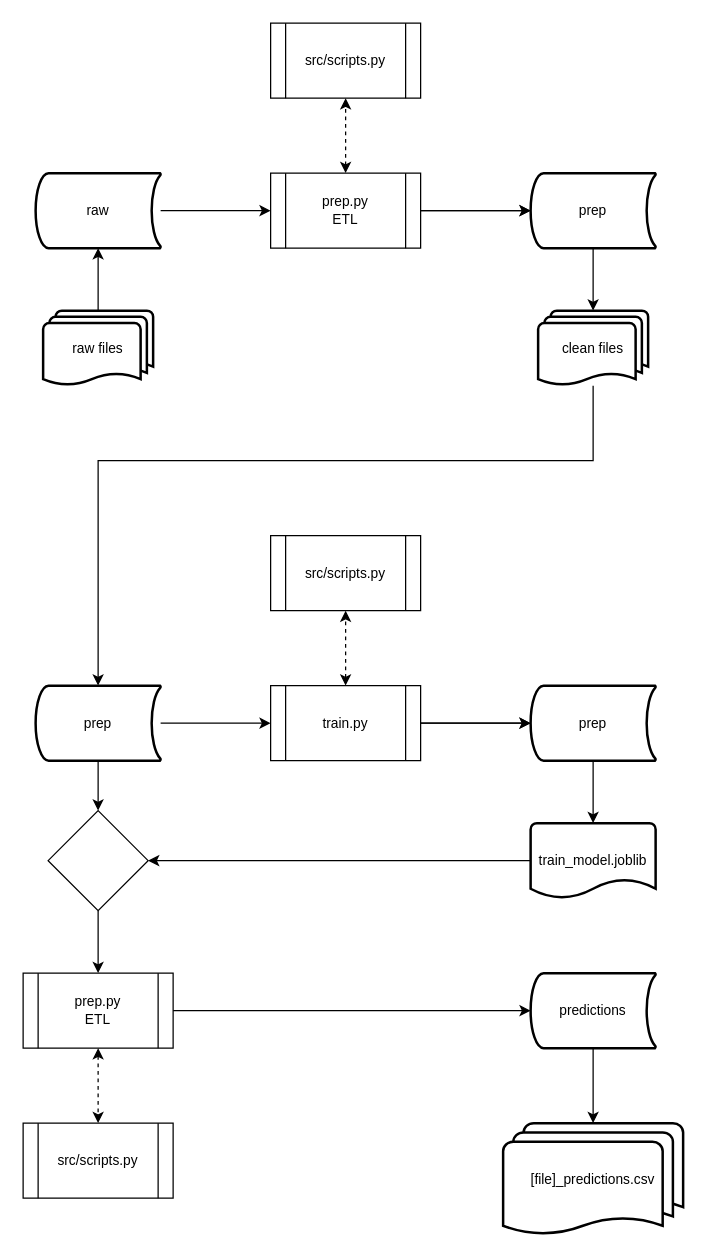
Earlier version of the draw.io diagram architecture.drawio (RaRdEvA/MDGE_T3). Source tidied: cells renumbered, new cells numbered last; positions are measured from the earlier drawing's top-left corner, leaving out a move shared by most shapes. Both pictures are drawn from the tidied source at 125%, with x=0, y=0 at pixel (22, 22).
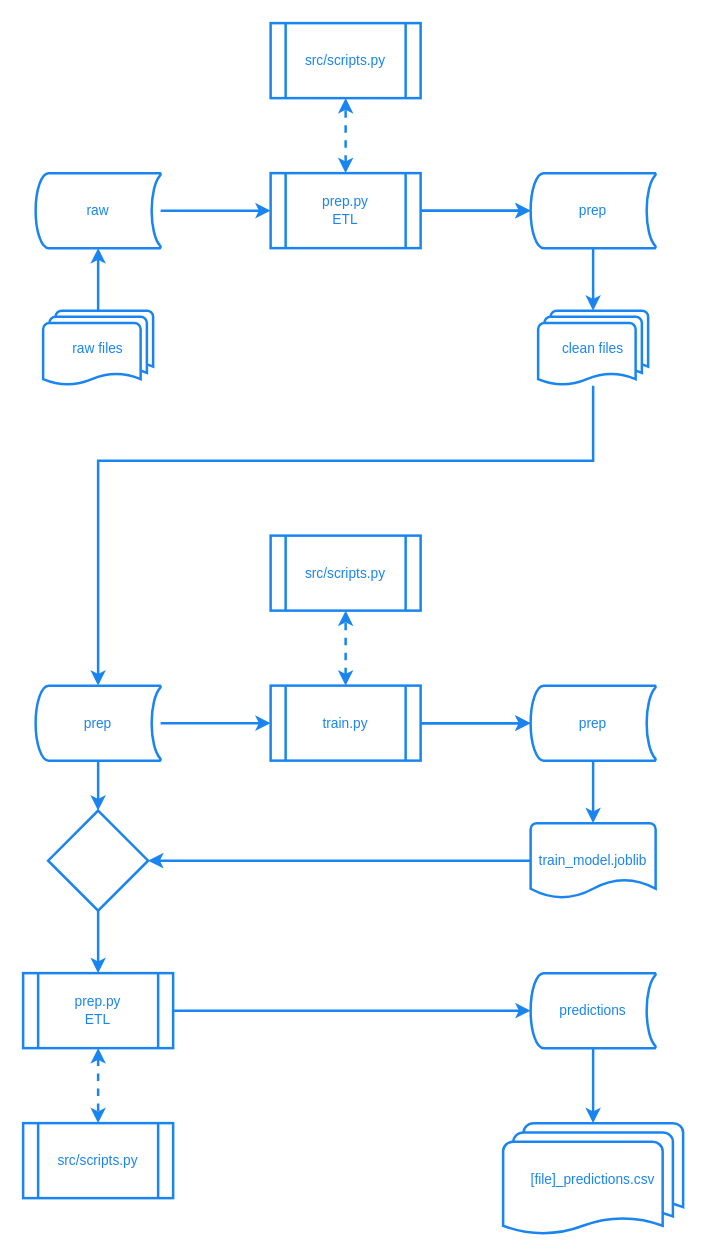
The same page after the edit.

Commit message (it also covers changes not shown here):
aded architecture

What changed in the source:
```diff
@@
-    <mxCell id="2" style="group;fontSize=11;" parent="1" vertex="1">
-      <mxGeometry x="10" width="496" height="290" as="geometry" />
-    </mxCell>
-    <mxCell id="3" value="raw files" style="strokeWidth=2;html=1;shape=mxgraph.flowchart.multi-document;whiteSpace=wrap;fontSize=11;" parent="2" vertex="1">
-      <mxGeometry x="6" y="230" width="88" height="60" as="geometry" />
-    </mxCell>
-    <mxCell id="4" value="raw" style="strokeWidth=2;html=1;shape=mxgraph.flowchart.stored_data;whiteSpace=wrap;fontSize=11;" parent="2" vertex="1">
-      <mxGeometry y="120" width="100" height="60" as="geometry" />
-    </mxCell>
-    <mxCell id="5" value="prep.py&lt;br style=&quot;font-size: 11px;&quot;&gt;ETL" style="shape=process;whiteSpace=wrap;html=1;backgroundOutline=1;fontSize=11;" parent="2" vertex="1">
-      <mxGeometry x="188" y="120" width="120" height="60" as="geometry" />
-    </mxCell>
-    <mxCell id="6" value="prep" style="strokeWidth=2;html=1;shape=mxgraph.flowchart.stored_data;whiteSpace=wrap;fontSize=11;" parent="2" vertex="1">
-      <mxGeometry x="396" y="120" width="100" height="60" as="geometry" />
-    </mxCell>
-    <mxCell id="7" value="clean files" style="strokeWidth=2;html=1;shape=mxgraph.flowchart.multi-document;whiteSpace=wrap;fontSize=11;" parent="2" vertex="1">
-      <mxGeometry x="402" y="230" width="88" height="60" as="geometry" />
-    </mxCell>
-    <mxCell id="8" style="endArrow=classic;html=1;rounded=0;fontSize=11;" parent="2" edge="1" source="3" target="4">
-      <mxGeometry relative="1" as="geometry" />
-    </mxCell>
-    <mxCell id="9" style="endArrow=classic;html=1;rounded=0;fontSize=11;" parent="2" edge="1" source="4" target="5">
-      <mxGeometry relative="1" as="geometry" />
-    </mxCell>
-    <mxCell id="10" style="edgeStyle=orthogonalEdgeStyle;rounded=0;jettySize=auto;html=1;fontSize=11;" parent="2" edge="1" source="5" target="6">
-      <mxGeometry relative="1" as="geometry" />
-    </mxCell>
-    <mxCell id="11" style="endArrow=classic;html=1;rounded=0;fontSize=11;" parent="2" edge="1" source="5" target="6">
-      <mxGeometry relative="1" as="geometry" />
-    </mxCell>
-    <mxCell id="12" style="endArrow=classic;html=1;rounded=0;fontSize=11;" parent="2" edge="1" source="6" target="7">
-      <mxGeometry relative="1" as="geometry" />
-    </mxCell>
-    <mxCell id="13" value="src/scripts.py" style="shape=process;whiteSpace=wrap;html=1;backgroundOutline=1;fontSize=11;" parent="2" vertex="1">
-      <mxGeometry x="188" width="120" height="60" as="geometry" />
-    </mxCell>
-    <mxCell id="14" style="endArrow=classic;startArrow=classic;html=1;rounded=0;fontSize=11;dashed=1;" parent="2" edge="1" source="5" target="13">
-      <mxGeometry relative="1" as="geometry" />
-    </mxCell>
-    <mxCell id="15" value="prep" style="strokeWidth=2;html=1;shape=mxgraph.flowchart.stored_data;whiteSpace=wrap;fontSize=11;" parent="1" vertex="1">
+    <mxCell id="15" value="prep" style="strokeWidth=2;html=1;shape=mxgraph.flowchart.stored_data;whiteSpace=wrap;fontSize=11;strokeColor=#1A85F0;fontColor=#1A85F0;" parent="1" vertex="1">
       <mxGeometry x="10" y="530" width="100" height="60" as="geometry" />
     </mxCell>
-    <mxCell id="16" value="train.py" style="shape=process;whiteSpace=wrap;html=1;backgroundOutline=1;fontSize=11;" parent="1" vertex="1">
+    <mxCell id="16" value="train.py" style="shape=process;whiteSpace=wrap;html=1;backgroundOutline=1;fontSize=11;strokeWidth=2;strokeColor=#1A85F0;fontColor=#1A85F0;" parent="1" vertex="1">
       <mxGeometry x="198" y="530" width="120" height="60" as="geometry" />
     </mxCell>
-    <mxCell id="17" value="prep" style="strokeWidth=2;html=1;shape=mxgraph.flowchart.stored_data;whiteSpace=wrap;fontSize=11;" parent="1" vertex="1">
+    <mxCell id="17" value="prep" style="strokeWidth=2;html=1;shape=mxgraph.flowchart.stored_data;whiteSpace=wrap;fontSize=11;strokeColor=#1A85F0;fontColor=#1A85F0;" parent="1" vertex="1">
       <mxGeometry x="406" y="530" width="100" height="60" as="geometry" />
     </mxCell>
-    <mxCell id="18" style="endArrow=classic;html=1;rounded=0;fontSize=11;edgeStyle=orthogonalEdgeStyle;" parent="1" edge="1" source="7" target="15">
+    <mxCell id="18" style="endArrow=classic;html=1;rounded=0;fontSize=11;edgeStyle=orthogonalEdgeStyle;strokeWidth=2;strokeColor=#1A85F0;fontColor=#1A85F0;" parent="1" edge="1" source="7" target="15">
       <mxGeometry relative="1" as="geometry">
         <Array as="points">
           <mxPoint x="456" y="350" />
           <mxPoint x="60" y="350" />
         </Array>
       </mxGeometry>
     </mxCell>
-    <mxCell id="19" style="endArrow=classic;html=1;rounded=0;fontSize=11;" parent="1" edge="1" source="15" target="16">
+    <mxCell id="19" style="endArrow=classic;html=1;rounded=0;fontSize=11;strokeWidth=2;strokeColor=#1A85F0;fontColor=#1A85F0;" parent="1" edge="1" source="15" target="16">
       <mxGeometry relative="1" as="geometry" />
     </mxCell>
-    <mxCell id="20" style="edgeStyle=orthogonalEdgeStyle;rounded=0;jettySize=auto;html=1;fontSize=11;" parent="1" edge="1" source="16" target="17">
+    <mxCell id="20" style="edgeStyle=orthogonalEdgeStyle;rounded=0;jettySize=auto;html=1;fontSize=11;strokeWidth=2;strokeColor=#1A85F0;fontColor=#1A85F0;" parent="1" edge="1" source="16" target="17">
       <mxGeometry relative="1" as="geometry" />
     </mxCell>
-    <mxCell id="21" style="endArrow=classic;html=1;rounded=0;fontSize=11;" parent="1" edge="1" source="16" target="17">
+    <mxCell id="21" style="endArrow=classic;html=1;rounded=0;fontSize=11;strokeWidth=2;strokeColor=#1A85F0;fontColor=#1A85F0;" parent="1" edge="1" source="16" target="17">
       <mxGeometry relative="1" as="geometry" />
     </mxCell>
-    <mxCell id="22" style="endArrow=classic;html=1;rounded=0;fontSize=11;" parent="1" edge="1" source="17" target="25">
+    <mxCell id="22" style="endArrow=classic;html=1;rounded=0;fontSize=11;strokeWidth=2;strokeColor=#1A85F0;fontColor=#1A85F0;" parent="1" edge="1" source="17" target="25">
       <mxGeometry relative="1" as="geometry" />
     </mxCell>
-    <mxCell id="23" value="src/scripts.py" style="shape=process;whiteSpace=wrap;html=1;backgroundOutline=1;fontSize=11;" parent="1" vertex="1">
+    <mxCell id="23" value="src/scripts.py" style="shape=process;whiteSpace=wrap;html=1;backgroundOutline=1;fontSize=11;strokeWidth=2;strokeColor=#1A85F0;fontColor=#1A85F0;" parent="1" vertex="1">
       <mxGeometry x="198" y="410" width="120" height="60" as="geometry" />
     </mxCell>
-    <mxCell id="24" style="endArrow=classic;startArrow=classic;html=1;rounded=0;fontSize=11;dashed=1;" parent="1" edge="1" source="16" target="23">
+    <mxCell id="24" style="endArrow=classic;startArrow=classic;html=1;rounded=0;fontSize=11;dashed=1;strokeWidth=2;strokeColor=#1A85F0;fontColor=#1A85F0;" parent="1" edge="1" source="16" target="23">
       <mxGeometry relative="1" as="geometry" />
     </mxCell>
-    <mxCell id="25" value="train_model.joblib" style="strokeWidth=2;html=1;shape=mxgraph.flowchart.document2;whiteSpace=wrap;size=0.25;fontSize=11;" parent="1" vertex="1">
+    <mxCell id="25" value="train_model.joblib" style="strokeWidth=2;html=1;shape=mxgraph.flowchart.document2;whiteSpace=wrap;size=0.25;fontSize=11;strokeColor=#1A85F0;fontColor=#1A85F0;" parent="1" vertex="1">
       <mxGeometry x="406" y="640" width="100" height="60" as="geometry" />
     </mxCell>
-    <mxCell id="26" value="prep.py&lt;br style=&quot;font-size: 11px;&quot;&gt;ETL" style="shape=process;whiteSpace=wrap;html=1;backgroundOutline=1;fontSize=11;" parent="1" vertex="1">
+    <mxCell id="26" value="prep.py&lt;br style=&quot;font-size: 11px;&quot;&gt;ETL" style="shape=process;whiteSpace=wrap;html=1;backgroundOutline=1;fontSize=11;strokeWidth=2;strokeColor=#1A85F0;fontColor=#1A85F0;" parent="1" vertex="1">
       <mxGeometry y="760" width="120" height="60" as="geometry" />
     </mxCell>
-    <mxCell id="27" value="predictions" style="strokeWidth=2;html=1;shape=mxgraph.flowchart.stored_data;whiteSpace=wrap;fontSize=11;" parent="1" vertex="1">
+    <mxCell id="27" value="predictions" style="strokeWidth=2;html=1;shape=mxgraph.flowchart.stored_data;whiteSpace=wrap;fontSize=11;strokeColor=#1A85F0;fontColor=#1A85F0;" parent="1" vertex="1">
       <mxGeometry x="406" y="760" width="100" height="60" as="geometry" />
     </mxCell>
-    <mxCell id="28" value="[file]_predictions.csv" style="strokeWidth=2;html=1;shape=mxgraph.flowchart.multi-document;whiteSpace=wrap;fontSize=11;" parent="1" vertex="1">
+    <mxCell id="28" value="[file]_predictions.csv" style="strokeWidth=2;html=1;shape=mxgraph.flowchart.multi-document;whiteSpace=wrap;fontSize=11;strokeColor=#1A85F0;fontColor=#1A85F0;" parent="1" vertex="1">
       <mxGeometry x="384" y="880" width="144" height="90" as="geometry" />
     </mxCell>
-    <mxCell id="29" style="endArrow=classic;html=1;rounded=0;fontSize=11;" parent="1" edge="1" source="35" target="26">
+    <mxCell id="29" style="endArrow=classic;html=1;rounded=0;fontSize=11;strokeWidth=2;strokeColor=#1A85F0;fontColor=#1A85F0;" parent="1" edge="1" source="35" target="26">
       <mxGeometry relative="1" as="geometry" />
     </mxCell>
-    <mxCell id="30" style="endArrow=classic;html=1;rounded=0;fontSize=11;" parent="1" edge="1" source="26" target="27">
+    <mxCell id="30" style="endArrow=classic;html=1;rounded=0;fontSize=11;strokeWidth=2;strokeColor=#1A85F0;fontColor=#1A85F0;" parent="1" edge="1" source="26" target="27">
       <mxGeometry relative="1" as="geometry" />
     </mxCell>
-    <mxCell id="31" style="endArrow=classic;html=1;rounded=0;fontSize=11;" parent="1" edge="1" source="27" target="28">
+    <mxCell id="31" style="endArrow=classic;html=1;rounded=0;fontSize=11;strokeWidth=2;strokeColor=#1A85F0;fontColor=#1A85F0;" parent="1" edge="1" source="27" target="28">
       <mxGeometry relative="1" as="geometry" />
     </mxCell>
-    <mxCell id="32" value="src/scripts.py" style="shape=process;whiteSpace=wrap;html=1;backgroundOutline=1;fontSize=11;" parent="1" vertex="1">
+    <mxCell id="32" value="src/scripts.py" style="shape=process;whiteSpace=wrap;html=1;backgroundOutline=1;fontSize=11;strokeWidth=2;strokeColor=#1A85F0;fontColor=#1A85F0;" parent="1" vertex="1">
       <mxGeometry y="880" width="120" height="60" as="geometry" />
     </mxCell>
-    <mxCell id="33" style="endArrow=classic;startArrow=classic;html=1;rounded=0;fontSize=11;dashed=1;" parent="1" edge="1" source="26" target="32">
+    <mxCell id="33" style="endArrow=classic;startArrow=classic;html=1;rounded=0;fontSize=11;dashed=1;strokeWidth=2;strokeColor=#1A85F0;fontColor=#1A85F0;" parent="1" edge="1" source="26" target="32">
       <mxGeometry relative="1" as="geometry" />
     </mxCell>
-    <mxCell id="34" style="endArrow=classic;html=1;rounded=0;fontSize=11;entryX=1;entryY=0.5;entryDx=0;entryDy=0;edgeStyle=orthogonalEdgeStyle;" parent="1" edge="1" source="25" target="35">
+    <mxCell id="34" style="endArrow=classic;html=1;rounded=0;fontSize=11;entryX=1;entryY=0.5;entryDx=0;entryDy=0;edgeStyle=orthogonalEdgeStyle;strokeWidth=2;strokeColor=#1A85F0;fontColor=#1A85F0;" parent="1" edge="1" source="25" target="35">
       <mxGeometry relative="1" as="geometry" />
     </mxCell>
-    <mxCell id="35" style="rhombus;whiteSpace=wrap;html=1;" parent="1" vertex="1">
+    <mxCell id="35" style="rhombus;whiteSpace=wrap;html=1;strokeWidth=2;strokeColor=#1A85F0;fontColor=#1A85F0;" parent="1" vertex="1">
       <mxGeometry x="20" y="630" width="80" height="80" as="geometry" />
     </mxCell>
-    <mxCell id="36" style="endArrow=classic;html=1;rounded=0;" parent="1" edge="1" source="15" target="35">
+    <mxCell id="36" style="endArrow=classic;html=1;rounded=0;strokeWidth=2;strokeColor=#1A85F0;fontColor=#1A85F0;" parent="1" edge="1" source="15" target="35">
       <mxGeometry relative="1" as="geometry" />
     </mxCell>
+    <mxCell id="3" value="raw files" style="strokeWidth=2;html=1;shape=mxgraph.flowchart.multi-document;whiteSpace=wrap;fontSize=11;strokeColor=#1A85F0;fontColor=#1A85F0;" parent="1" vertex="1">
+      <mxGeometry x="16" y="230" width="88" height="60" as="geometry" />
+    </mxCell>
+    <mxCell id="4" value="raw" style="strokeWidth=2;html=1;shape=mxgraph.flowchart.stored_data;whiteSpace=wrap;fontSize=11;strokeColor=#1A85F0;fontColor=#1A85F0;" parent="1" vertex="1">
+      <mxGeometry x="10" y="120" width="100" height="60" as="geometry" />
+    </mxCell>
+    <mxCell id="5" value="prep.py&lt;br style=&quot;font-size: 11px;&quot;&gt;ETL" style="shape=process;whiteSpace=wrap;html=1;backgroundOutline=1;fontSize=11;strokeWidth=2;strokeColor=#1A85F0;fontColor=#1A85F0;" parent="1" vertex="1">
+      <mxGeometry x="198" y="120" width="120" height="60" as="geometry" />
+    </mxCell>
+    <mxCell id="6" value="prep" style="strokeWidth=2;html=1;shape=mxgraph.flowchart.stored_data;whiteSpace=wrap;fontSize=11;strokeColor=#1A85F0;fontColor=#1A85F0;" parent="1" vertex="1">
+      <mxGeometry x="406" y="120" width="100" height="60" as="geometry" />
+    </mxCell>
+    <mxCell id="7" value="clean files" style="strokeWidth=2;html=1;shape=mxgraph.flowchart.multi-document;whiteSpace=wrap;fontSize=11;strokeColor=#1A85F0;fontColor=#1A85F0;" parent="1" vertex="1">
+      <mxGeometry x="412" y="230" width="88" height="60" as="geometry" />
+    </mxCell>
+    <mxCell id="8" style="endArrow=classic;html=1;rounded=0;fontSize=11;strokeWidth=2;strokeColor=#1A85F0;fontColor=#1A85F0;" parent="1" edge="1" source="3" target="4">
+      <mxGeometry relative="1" as="geometry" />
+    </mxCell>
+    <mxCell id="9" style="endArrow=classic;html=1;rounded=0;fontSize=11;strokeWidth=2;strokeColor=#1A85F0;fontColor=#1A85F0;" parent="1" edge="1" source="4" target="5">
+      <mxGeometry relative="1" as="geometry" />
+    </mxCell>
+    <mxCell id="10" style="edgeStyle=orthogonalEdgeStyle;rounded=0;jettySize=auto;html=1;fontSize=11;strokeWidth=2;strokeColor=#1A85F0;fontColor=#1A85F0;" parent="1" edge="1" source="5" target="6">
+      <mxGeometry relative="1" as="geometry" />
+    </mxCell>
+    <mxCell id="11" style="endArrow=classic;html=1;rounded=0;fontSize=11;strokeWidth=2;strokeColor=#1A85F0;fontColor=#1A85F0;" parent="1" edge="1" source="5" target="6">
+      <mxGeometry relative="1" as="geometry" />
+    </mxCell>
+    <mxCell id="12" style="endArrow=classic;html=1;rounded=0;fontSize=11;strokeWidth=2;strokeColor=#1A85F0;fontColor=#1A85F0;" parent="1" edge="1" source="6" target="7">
+      <mxGeometry relative="1" as="geometry" />
+    </mxCell>
+    <mxCell id="13" value="src/scripts.py" style="shape=process;whiteSpace=wrap;html=1;backgroundOutline=1;fontSize=11;strokeWidth=2;strokeColor=#1A85F0;fontColor=#1A85F0;" parent="1" vertex="1">
+      <mxGeometry x="198" width="120" height="60" as="geometry" />
+    </mxCell>
+    <mxCell id="14" style="endArrow=classic;startArrow=classic;html=1;rounded=0;fontSize=11;dashed=1;strokeWidth=2;strokeColor=#1A85F0;fontColor=#1A85F0;" parent="1" edge="1" source="5" target="13">
+      <mxGeometry relative="1" as="geometry" />
+    </mxCell>
```
